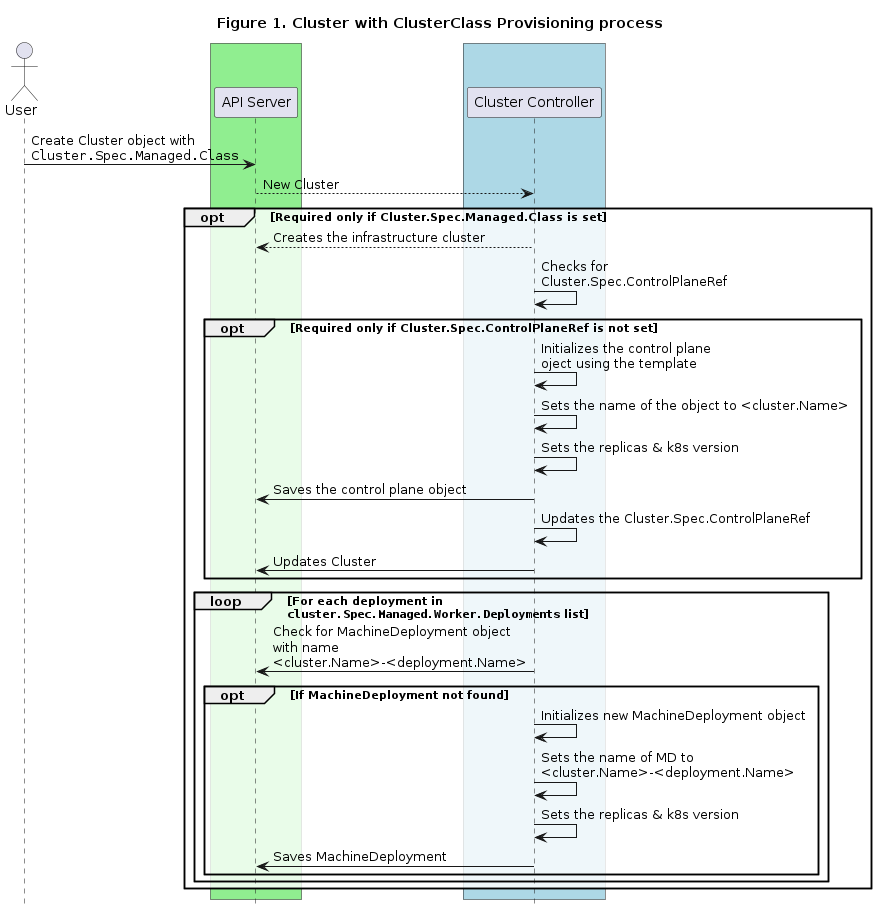
This is docs/proposals/images/cluster-class/create.png from kubernetes-sigs/cluster-api, a PlantUML export, as it was before one commit.
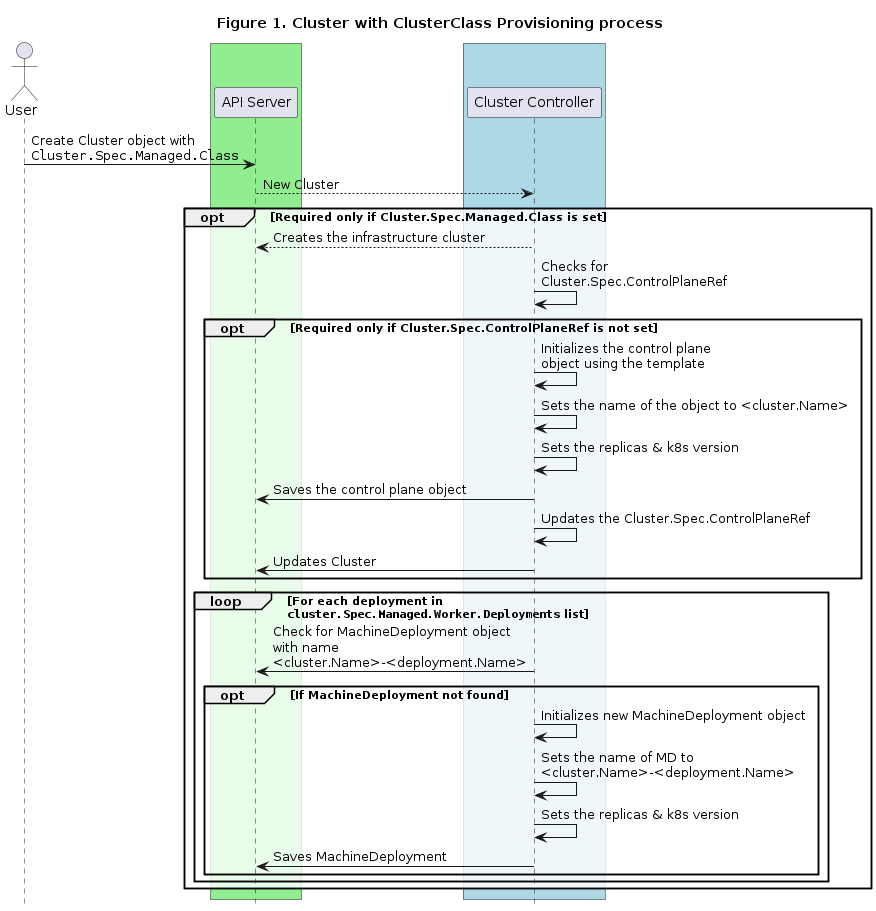
After the commit.

Diff of the diagram source:
```diff
@@ -18,7 +18,7 @@
 "Cluster Controller" --> "API Server": Creates the infrastructure cluster
 "Cluster Controller" -> "Cluster Controller": Checks for\nCluster.Spec.ControlPlaneRef
 opt Required only if Cluster.Spec.ControlPlaneRef is not set
-  "Cluster Controller" -> "Cluster Controller": Initializes the control plane \noject using the template
+  "Cluster Controller" -> "Cluster Controller": Initializes the control plane \nobject using the template
   "Cluster Controller" -> "Cluster Controller": Sets the name of the object to <cluster.Name>
   "Cluster Controller" -> "Cluster Controller": Sets the replicas & k8s version
   "Cluster Controller" -> "API Server": Saves the control plane object
```
